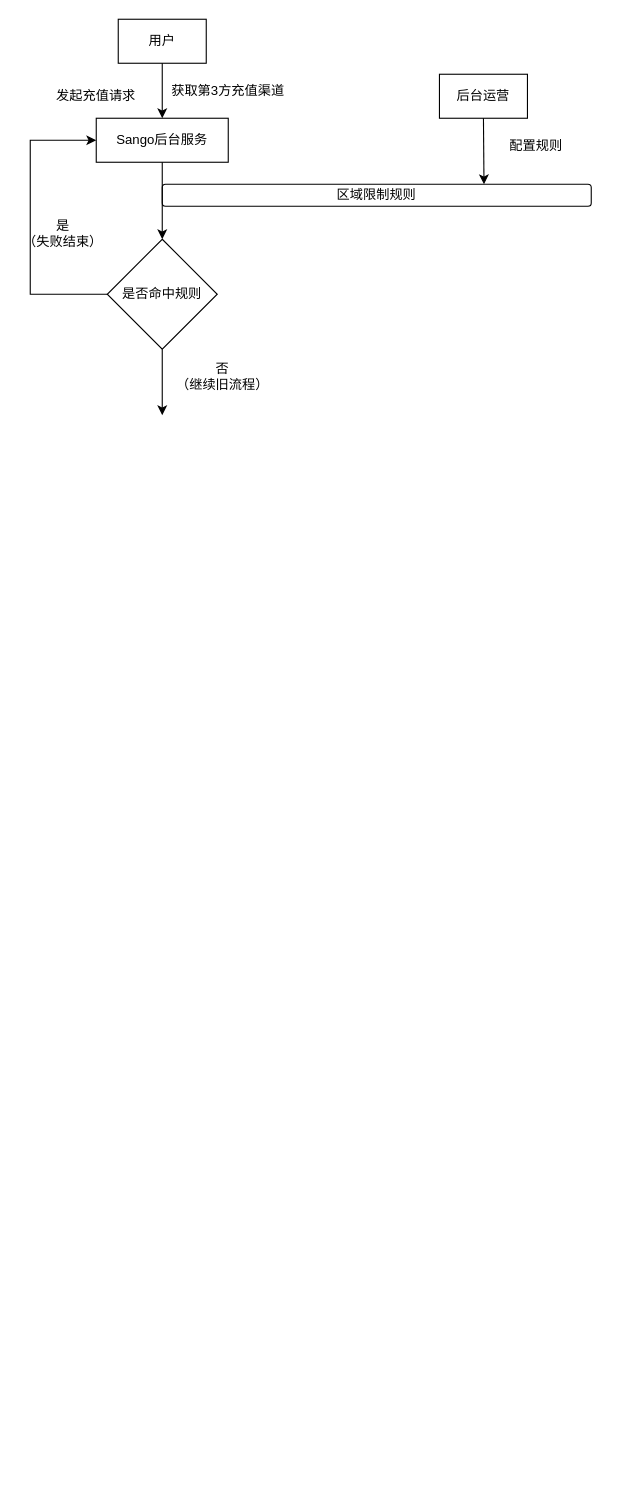
JianHao-Chen/mqjc keeps this draw.io diagram as tmp.drawio. Above is the earlier version. Source tidied: cells renumbered, new cells numbered last; positions are measured from the earlier drawing's top-left corner, leaving out a move shared by most shapes. Both pictures are drawn from the tidied source at 110%, with x=0, y=0 at pixel (19, 19).
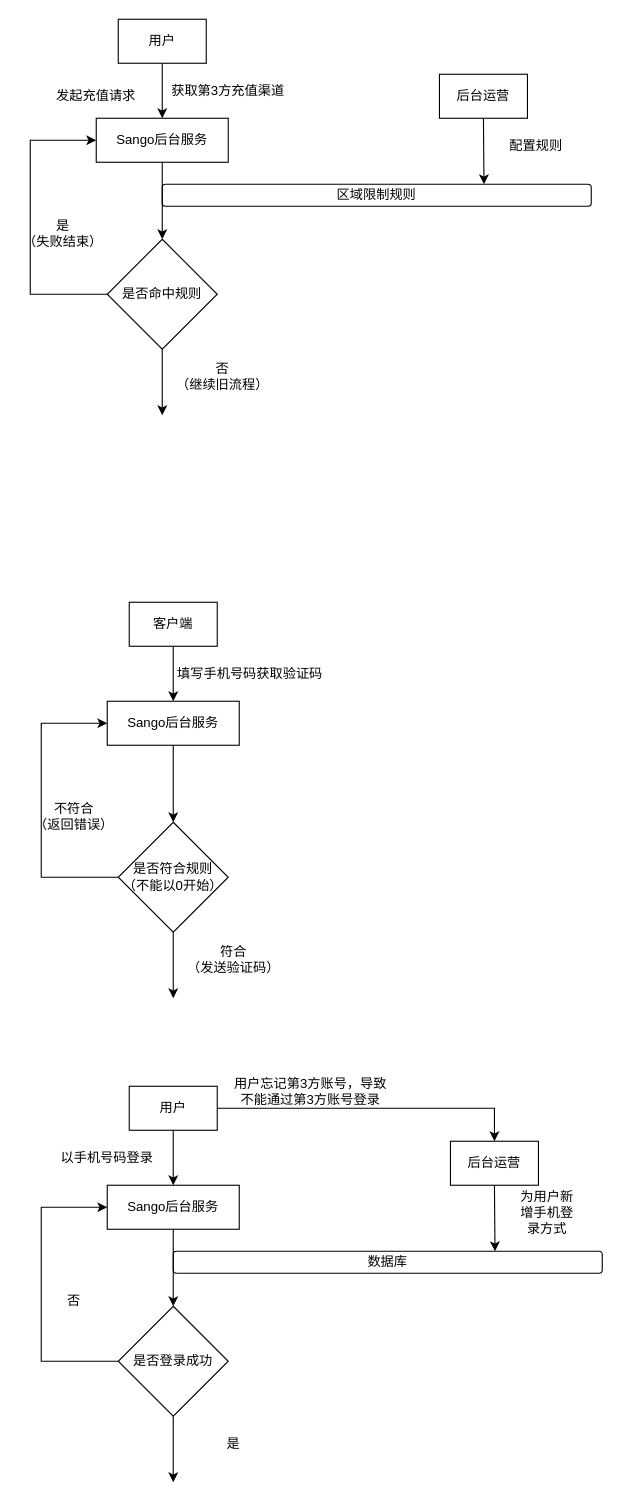
The same page after the edit.

Diff of the diagram source:
```diff
@@
+    <mxCell id="17" value="客户端" style="rounded=0;whiteSpace=wrap;html=1;" parent="1" vertex="1">
+      <mxGeometry x="100" y="530" width="80" height="40" as="geometry" />
+    </mxCell>
+    <mxCell id="18" value="Sango后台服务" style="rounded=0;whiteSpace=wrap;html=1;" parent="1" vertex="1">
+      <mxGeometry x="80" y="620" width="120" height="40" as="geometry" />
+    </mxCell>
+    <mxCell id="19" style="endArrow=classic;html=1;rounded=0;exitX=0.5;exitY=1;exitDx=0;exitDy=0;entryX=0.5;entryY=0;entryDx=0;entryDy=0;" parent="1" edge="1" source="17" target="18">
+      <mxGeometry relative="1" as="geometry" />
+    </mxCell>
+    <mxCell id="20" value="填写手机号码获取验证码" style="text;html=1;strokeColor=none;fillColor=none;align=center;verticalAlign=middle;whiteSpace=wrap;rounded=0;" parent="1" vertex="1">
+      <mxGeometry x="140" y="580" width="140" height="30" as="geometry" />
+    </mxCell>
+    <mxCell id="21" value="是否符合规则&lt;br&gt;（不能以0开始）" style="rhombus;whiteSpace=wrap;html=1;" parent="1" vertex="1">
+      <mxGeometry x="90" y="730" width="100" height="100" as="geometry" />
+    </mxCell>
+    <mxCell id="22" style="endArrow=classic;html=1;rounded=0;exitX=0.5;exitY=1;exitDx=0;exitDy=0;entryX=0.5;entryY=0;entryDx=0;entryDy=0;" parent="1" edge="1" source="18" target="21">
+      <mxGeometry relative="1" as="geometry" />
+    </mxCell>
+    <mxCell id="23" style="endArrow=classic;html=1;rounded=0;exitX=0;exitY=0.5;exitDx=0;exitDy=0;entryX=0;entryY=0.5;entryDx=0;entryDy=0;" parent="1" edge="1" source="21" target="18">
+      <mxGeometry relative="1" as="geometry">
+        <Array as="points">
+          <mxPoint x="20" y="780" />
+          <mxPoint x="20" y="640" />
+        </Array>
+      </mxGeometry>
+    </mxCell>
+    <mxCell id="24" value="不符合&lt;br&gt;（返回错误）" style="text;html=1;strokeColor=none;fillColor=none;align=center;verticalAlign=middle;whiteSpace=wrap;rounded=0;" parent="1" vertex="1">
+      <mxGeometry x="10" y="710" width="80" height="30" as="geometry" />
+    </mxCell>
+    <mxCell id="25" style="endArrow=classic;html=1;rounded=0;exitX=0.5;exitY=1;exitDx=0;exitDy=0;" parent="1" edge="1" source="21">
+      <mxGeometry relative="1" as="geometry">
+        <mxPoint x="140" y="890" as="targetPoint" />
+      </mxGeometry>
+    </mxCell>
+    <mxCell id="26" value="符合&lt;br&gt;（发送验证码）" style="text;html=1;strokeColor=none;fillColor=none;align=center;verticalAlign=middle;whiteSpace=wrap;rounded=0;" parent="1" vertex="1">
+      <mxGeometry x="150" y="840" width="90" height="30" as="geometry" />
+    </mxCell>
+    <mxCell id="27" value="后台运营" style="rounded=0;whiteSpace=wrap;html=1;" parent="1" vertex="1">
+      <mxGeometry x="392" y="1020" width="80" height="40" as="geometry" />
+    </mxCell>
+    <mxCell id="28" value="数据库" style="rounded=1;whiteSpace=wrap;html=1;" parent="1" vertex="1">
+      <mxGeometry x="140" y="1120" width="390" height="20" as="geometry" />
+    </mxCell>
+    <mxCell id="29" value="用户" style="rounded=0;whiteSpace=wrap;html=1;" parent="1" vertex="1">
+      <mxGeometry x="100" y="970" width="80" height="40" as="geometry" />
+    </mxCell>
+    <mxCell id="30" value="Sango后台服务" style="rounded=0;whiteSpace=wrap;html=1;" parent="1" vertex="1">
+      <mxGeometry x="80" y="1060" width="120" height="40" as="geometry" />
+    </mxCell>
+    <mxCell id="31" style="endArrow=classic;html=1;rounded=0;exitX=0.5;exitY=1;exitDx=0;exitDy=0;entryX=0.5;entryY=0;entryDx=0;entryDy=0;" parent="1" edge="1" source="29" target="30">
+      <mxGeometry relative="1" as="geometry" />
+    </mxCell>
+    <mxCell id="32" value="以手机号码登录" style="text;html=1;strokeColor=none;fillColor=none;align=center;verticalAlign=middle;whiteSpace=wrap;rounded=0;" parent="1" vertex="1">
+      <mxGeometry x="20" y="1020" width="120" height="30" as="geometry" />
+    </mxCell>
+    <mxCell id="33" value="是否登录成功" style="rhombus;whiteSpace=wrap;html=1;" parent="1" vertex="1">
+      <mxGeometry x="90" y="1170" width="100" height="100" as="geometry" />
+    </mxCell>
+    <mxCell id="34" style="endArrow=classic;html=1;rounded=0;exitX=0.5;exitY=1;exitDx=0;exitDy=0;entryX=0.5;entryY=0;entryDx=0;entryDy=0;" parent="1" edge="1" source="30" target="33">
+      <mxGeometry relative="1" as="geometry" />
+    </mxCell>
+    <mxCell id="35" style="endArrow=classic;html=1;rounded=0;exitX=0.5;exitY=1;exitDx=0;exitDy=0;entryX=0.75;entryY=0;entryDx=0;entryDy=0;" parent="1" edge="1" source="27" target="28">
+      <mxGeometry relative="1" as="geometry" />
+    </mxCell>
+    <mxCell id="36" value="为用户新增手机登录方式" style="text;html=1;strokeColor=none;fillColor=none;align=center;verticalAlign=middle;whiteSpace=wrap;rounded=0;" parent="1" vertex="1">
+      <mxGeometry x="450" y="1070" width="60" height="30" as="geometry" />
+    </mxCell>
+    <mxCell id="37" style="endArrow=classic;html=1;rounded=0;exitX=0;exitY=0.5;exitDx=0;exitDy=0;entryX=0;entryY=0.5;entryDx=0;entryDy=0;" parent="1" edge="1" source="33" target="30">
+      <mxGeometry relative="1" as="geometry">
+        <Array as="points">
+          <mxPoint x="20" y="1220" />
+          <mxPoint x="20" y="1080" />
+        </Array>
+      </mxGeometry>
+    </mxCell>
+    <mxCell id="38" value="否" style="text;html=1;strokeColor=none;fillColor=none;align=center;verticalAlign=middle;whiteSpace=wrap;rounded=0;" parent="1" vertex="1">
+      <mxGeometry x="10" y="1150" width="80" height="30" as="geometry" />
+    </mxCell>
+    <mxCell id="39" style="endArrow=classic;html=1;rounded=0;exitX=0.5;exitY=1;exitDx=0;exitDy=0;" parent="1" edge="1" source="33">
+      <mxGeometry relative="1" as="geometry">
+        <mxPoint x="140" y="1330" as="targetPoint" />
+      </mxGeometry>
+    </mxCell>
+    <mxCell id="40" value="是" style="text;html=1;strokeColor=none;fillColor=none;align=center;verticalAlign=middle;whiteSpace=wrap;rounded=0;" parent="1" vertex="1">
+      <mxGeometry x="150" y="1280" width="90" height="30" as="geometry" />
+    </mxCell>
+    <mxCell id="41" style="endArrow=classic;html=1;rounded=0;exitX=1;exitY=0.5;exitDx=0;exitDy=0;entryX=0.5;entryY=0;entryDx=0;entryDy=0;" parent="1" edge="1" source="29" target="27">
+      <mxGeometry relative="1" as="geometry">
+        <Array as="points">
+          <mxPoint x="432" y="990" />
+        </Array>
+      </mxGeometry>
+    </mxCell>
+    <mxCell id="42" value="用户忘记第3方账号，导致不能通过第3方账号登录" style="text;html=1;strokeColor=none;fillColor=none;align=center;verticalAlign=middle;whiteSpace=wrap;rounded=0;" parent="1" vertex="1">
+      <mxGeometry x="190" y="960" width="150" height="30" as="geometry" />
+    </mxCell>
```
